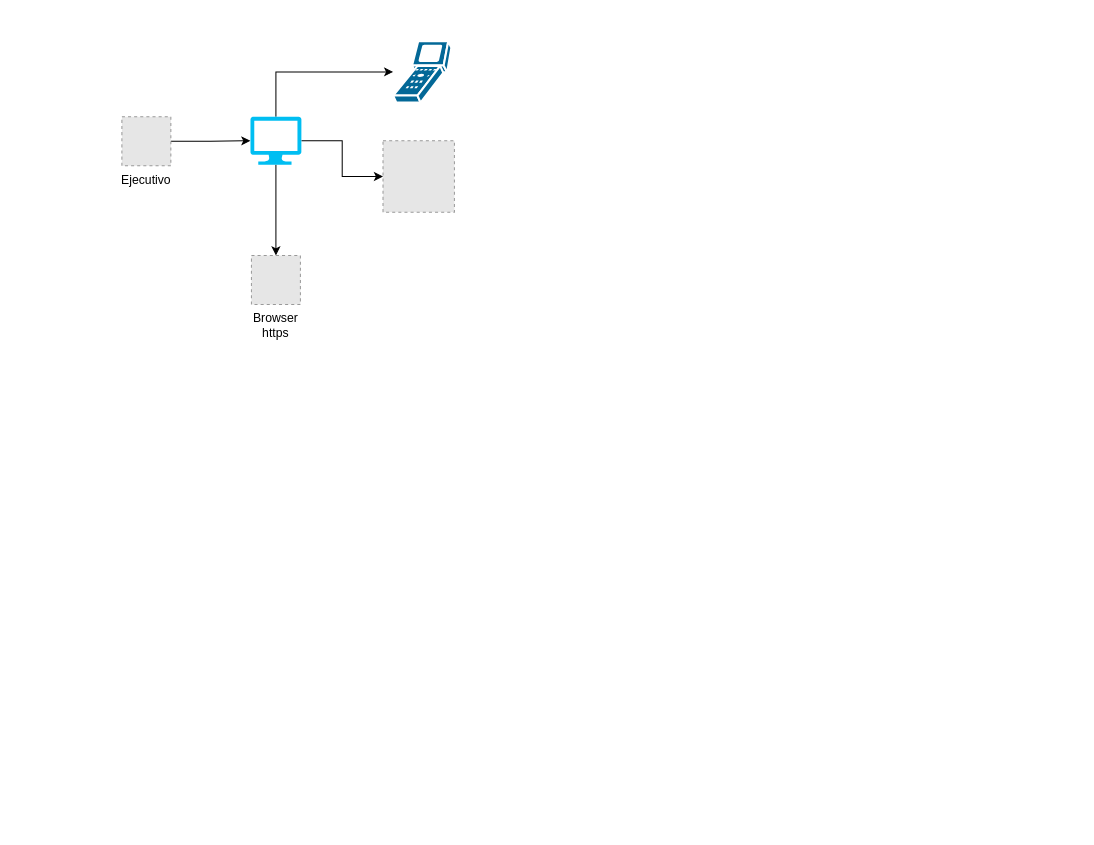
Earlier version of the draw.io diagram DiagramaArquitectura.drawio (Churre/Everyting). Source tidied: cells renumbered, new cells numbered last; positions are measured from the earlier drawing's top-left corner, leaving out a move shared by most shapes. Both pictures are drawn from the tidied source at 102%, with x=0, y=0 at pixel (121, 41). Pictures stored in the file or linked from it are replaced by grey dashed boxes.
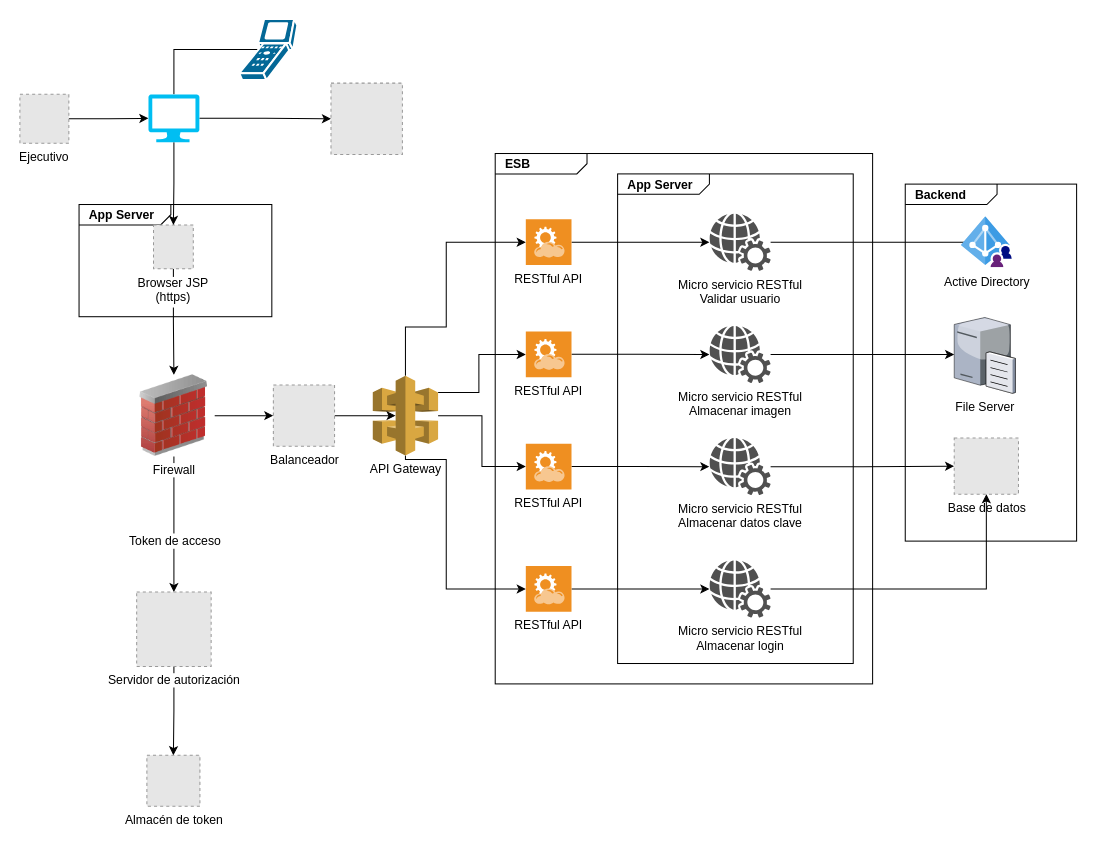
The same page after the edit.

The edit, as a diff of the source:
```diff
@@
+    <mxCell id="11" value="&lt;p style=&quot;margin: 0px ; margin-top: 4px ; margin-left: 10px ; text-align: left&quot;&gt;&lt;b&gt;ESB&lt;/b&gt;&lt;/p&gt;" style="html=1;strokeWidth=1;shape=mxgraph.sysml.package;html=1;overflow=fill;whiteSpace=wrap;" parent="1" vertex="1">
+      <mxGeometry x="366" y="110" width="370" height="520" as="geometry" />
+    </mxCell>
+    <mxCell id="12" value="&lt;p style=&quot;margin: 0px ; margin-top: 4px ; margin-left: 10px ; text-align: left&quot;&gt;&lt;b&gt;Backend&lt;/b&gt;&lt;/p&gt;" style="html=1;strokeWidth=1;shape=mxgraph.sysml.package;html=1;overflow=fill;whiteSpace=wrap;" parent="1" vertex="1">
+      <mxGeometry x="768" y="140" width="168" height="350" as="geometry" />
+    </mxCell>
+    <mxCell id="13" value="&lt;p style=&quot;margin: 0px ; margin-top: 4px ; margin-left: 10px ; text-align: left&quot;&gt;&lt;b&gt;App Server&lt;/b&gt;&lt;/p&gt;" style="html=1;strokeWidth=1;shape=mxgraph.sysml.package;html=1;overflow=fill;whiteSpace=wrap;" parent="1" vertex="1">
+      <mxGeometry x="486" y="130" width="231" height="480" as="geometry" />
+    </mxCell>
+    <mxCell id="14" value="&lt;p style=&quot;margin: 0px ; margin-top: 4px ; margin-left: 10px ; text-align: left&quot;&gt;&lt;b&gt;App Server&lt;/b&gt;&lt;/p&gt;" style="html=1;strokeWidth=1;shape=mxgraph.sysml.package;html=1;overflow=fill;whiteSpace=wrap;" parent="1" vertex="1">
+      <mxGeometry x="-42" y="160" width="189" height="110" as="geometry" />
+    </mxCell>
+    <mxCell id="15" style="edgeStyle=orthogonalEdgeStyle;rounded=0;jettySize=auto;html=1;entryX=0.5;entryY=0;entryDx=0;entryDy=0;" parent="1" edge="1" source="2" target="24">
+      <mxGeometry relative="1" as="geometry" />
+    </mxCell>
-    <mxCell id="2" value="Browser&#10;https" style="fillColor=#E6E6E6;strokeColor=#999999;dashed=1;verticalLabelPosition=bottom;verticalAlign=top;labelBackgroundColor=#ffffff;" parent="1" vertex="1">
-      <mxGeometry x="127" y="210" width="48" height="48" as="geometry" />
+    <mxCell id="2" value="Browser JSP&#10;(https)" style="fillColor=#E6E6E6;strokeColor=#999999;dashed=1;verticalLabelPosition=bottom;verticalAlign=top;labelBackgroundColor=#ffffff;" parent="1" vertex="1">
+      <mxGeometry x="31" y="180" width="39" height="43" as="geometry" />
     </mxCell>
@@
     <mxCell id="4" value="Ejecutivo" style="fillColor=#E6E6E6;strokeColor=#999999;dashed=1;verticalLabelPosition=bottom;verticalAlign=top;labelBackgroundColor=#ffffff;" parent="1" vertex="1">
-      <mxGeometry y="74" width="48" height="48" as="geometry" />
+      <mxGeometry x="-100" y="52" width="48" height="48" as="geometry" />
     </mxCell>
@@
     <mxCell id="6" style="edgeStyle=orthogonalEdgeStyle;rounded=0;jettySize=auto;html=1;" parent="1" edge="1" source="8">
       <mxGeometry relative="1" as="geometry">
-        <mxPoint x="266" y="30" as="targetPoint" />
+        <mxPoint x="166" y="8" as="targetPoint" />
         <Array as="points">
-          <mxPoint x="151" y="30" />
+          <mxPoint x="51" y="8" />
         </Array>
       </mxGeometry>
     </mxCell>
@@
     <mxCell id="8" style="verticalLabelPosition=bottom;html=1;verticalAlign=top;align=center;strokeColor=none;fillColor=#00BEF2;shape=mxgraph.azure.computer;" parent="1" vertex="1">
-      <mxGeometry x="126" y="74" width="50" height="47" as="geometry" />
+      <mxGeometry x="26" y="52" width="50" height="47" as="geometry" />
     </mxCell>
     <mxCell id="9" style="fillColor=#E6E6E6;strokeColor=#999999;dashed=1;html=1;verticalAlign=top;verticalLabelPosition=bottom;labelBackgroundColor=#ffffff;" parent="1" vertex="1">
-      <mxGeometry x="256" y="97.5" width="70" height="70" as="geometry" />
+      <mxGeometry x="205" y="41" width="70" height="70" as="geometry" />
     </mxCell>
     <mxCell id="10" style="shape=mxgraph.cisco.computers_and_peripherals.scanner;html=1;dashed=0;fillColor=#036897;strokeColor=#ffffff;strokeWidth=2;verticalLabelPosition=bottom;verticalAlign=top;" parent="1" vertex="1">
-      <mxGeometry x="266" width="57" height="60" as="geometry" />
+      <mxGeometry x="115" y="-22" width="57" height="60" as="geometry" />
     </mxCell>
+    <mxCell id="16" style="edgeStyle=orthogonalEdgeStyle;rounded=0;jettySize=auto;html=1;" parent="1" edge="1" source="20" target="34">
+      <mxGeometry relative="1" as="geometry" />
+    </mxCell>
+    <mxCell id="17" style="edgeStyle=orthogonalEdgeStyle;rounded=0;jettySize=auto;html=1;" parent="1" edge="1" source="20" target="46">
+      <mxGeometry relative="1" as="geometry">
+        <Array as="points">
+          <mxPoint x="278" y="280" />
+          <mxPoint x="318" y="280" />
+          <mxPoint x="318" y="197" />
+        </Array>
+      </mxGeometry>
+    </mxCell>
+    <mxCell id="18" style="edgeStyle=orthogonalEdgeStyle;rounded=0;jettySize=auto;html=1;exitX=1;exitY=0.21;exitDx=0;exitDy=0;exitPerimeter=0;" parent="1" edge="1" source="20" target="44">
+      <mxGeometry relative="1" as="geometry">
+        <Array as="points">
+          <mxPoint x="350" y="307" />
+        </Array>
+      </mxGeometry>
+    </mxCell>
+    <mxCell id="19" style="edgeStyle=orthogonalEdgeStyle;rounded=0;jettySize=auto;html=1;" parent="1" edge="1" source="20" target="48">
+      <mxGeometry relative="1" as="geometry">
+        <Array as="points">
+          <mxPoint x="278" y="410" />
+          <mxPoint x="318" y="410" />
+          <mxPoint x="318" y="537" />
+        </Array>
+      </mxGeometry>
+    </mxCell>
+    <mxCell id="20" value="API Gateway" style="outlineConnect=0;dashed=0;verticalLabelPosition=bottom;verticalAlign=top;align=center;html=1;shape=mxgraph.aws3.api_gateway;fillColor=#D9A741;gradientColor=none;" parent="1" vertex="1">
+      <mxGeometry x="246" y="328" width="64" height="78" as="geometry" />
+    </mxCell>
+    <mxCell id="21" style="edgeStyle=orthogonalEdgeStyle;rounded=0;jettySize=auto;html=1;entryX=0.5;entryY=0;entryDx=0;entryDy=0;" parent="1" edge="1" source="24" target="31">
+      <mxGeometry relative="1" as="geometry" />
+    </mxCell>
+    <mxCell id="22" value="Token de acceso" style="text;html=1;align=center;verticalAlign=middle;labelBackgroundColor=#ffffff;" parent="21" vertex="1">
+      <mxGeometry x="0.24" relative="1" as="geometry" />
+    </mxCell>
+    <mxCell id="23" style="edgeStyle=orthogonalEdgeStyle;rounded=0;jettySize=auto;html=1;entryX=0;entryY=0.5;entryDx=0;entryDy=0;" parent="1" edge="1" source="24" target="28">
+      <mxGeometry relative="1" as="geometry" />
+    </mxCell>
+    <mxCell id="24" value="Firewall" style="image;html=1;labelBackgroundColor=#ffffff;image=img/lib/clip_art/networking/Firewall_02_128x128.png;" parent="1" vertex="1">
+      <mxGeometry x="11" y="327" width="80" height="80" as="geometry" />
+    </mxCell>
+    <mxCell id="25" style="edgeStyle=orthogonalEdgeStyle;rounded=0;jettySize=auto;html=1;" parent="1" edge="1" source="26" target="29">
+      <mxGeometry relative="1" as="geometry" />
+    </mxCell>
+    <mxCell id="26" value="Micro servicio RESTful&lt;br&gt;Almacenar imagen" style="shadow=0;dashed=0;html=1;strokeColor=none;fillColor=#505050;labelPosition=center;verticalLabelPosition=bottom;verticalAlign=top;outlineConnect=0;align=center;shape=mxgraph.office.services.web_services;" parent="1" vertex="1">
+      <mxGeometry x="576" y="279" width="60" height="56" as="geometry" />
+    </mxCell>
+    <mxCell id="27" style="edgeStyle=orthogonalEdgeStyle;rounded=0;jettySize=auto;html=1;entryX=0.35;entryY=0.5;entryDx=0;entryDy=0;entryPerimeter=0;" parent="1" edge="1" source="28" target="20">
+      <mxGeometry relative="1" as="geometry" />
+    </mxCell>
+    <mxCell id="28" value="Balanceador" style="fillColor=#E6E6E6;strokeColor=#999999;dashed=1;html=1;verticalAlign=top;verticalLabelPosition=bottom;labelBackgroundColor=#ffffff;" parent="1" vertex="1">
+      <mxGeometry x="148.5" y="337" width="60" height="60" as="geometry" />
+    </mxCell>
+    <mxCell id="29" value="File Server" style="verticalLabelPosition=bottom;html=1;verticalAlign=top;strokeColor=none;align=center;outlineConnect=0;shape=mxgraph.citrix.file_server;" parent="1" vertex="1">
+      <mxGeometry x="816" y="269" width="60" height="76" as="geometry" />
+    </mxCell>
+    <mxCell id="30" style="edgeStyle=orthogonalEdgeStyle;rounded=0;jettySize=auto;html=1;entryX=0.5;entryY=0;entryDx=0;entryDy=0;" parent="1" edge="1" source="31" target="32">
+      <mxGeometry relative="1" as="geometry" />
+    </mxCell>
+    <mxCell id="31" value="Servidor de autorización" style="fillColor=#E6E6E6;strokeColor=#999999;dashed=1;html=1;verticalAlign=top;verticalLabelPosition=bottom;labelBackgroundColor=#ffffff;" parent="1" vertex="1">
+      <mxGeometry x="14.5" y="540" width="73" height="73" as="geometry" />
+    </mxCell>
+    <mxCell id="32" value="Almacén de token" style="fillColor=#E6E6E6;strokeColor=#999999;dashed=1;html=1;verticalAlign=top;verticalLabelPosition=bottom;labelBackgroundColor=#ffffff;" parent="1" vertex="1">
+      <mxGeometry x="24.5" y="700" width="52" height="50" as="geometry" />
+    </mxCell>
+    <mxCell id="33" style="edgeStyle=orthogonalEdgeStyle;rounded=0;jettySize=auto;html=1;" parent="1" edge="1" source="34" target="37">
+      <mxGeometry relative="1" as="geometry" />
+    </mxCell>
+    <mxCell id="34" value="RESTful API" style="shadow=0;dashed=0;html=1;strokeColor=none;fillColor=#EF8F21;labelPosition=center;verticalLabelPosition=bottom;verticalAlign=top;align=center;outlineConnect=0;shape=mxgraph.veeam.2d.restful_apis;" parent="1" vertex="1">
+      <mxGeometry x="396" y="394.5" width="44.8" height="44.8" as="geometry" />
+    </mxCell>
+    <mxCell id="35" value="Base de datos" style="fillColor=#E6E6E6;strokeColor=#999999;dashed=1;html=1;verticalAlign=top;verticalLabelPosition=bottom;labelBackgroundColor=#ffffff;" parent="1" vertex="1">
+      <mxGeometry x="816" y="389" width="63" height="55" as="geometry" />
+    </mxCell>
+    <mxCell id="36" style="edgeStyle=orthogonalEdgeStyle;rounded=0;jettySize=auto;html=1;entryX=0;entryY=0.5;entryDx=0;entryDy=0;" parent="1" edge="1" source="37" target="35">
+      <mxGeometry relative="1" as="geometry" />
+    </mxCell>
+    <mxCell id="37" value="Micro servicio RESTful&lt;br&gt;Almacenar datos clave" style="shadow=0;dashed=0;html=1;strokeColor=none;fillColor=#505050;labelPosition=center;verticalLabelPosition=bottom;verticalAlign=top;outlineConnect=0;align=center;shape=mxgraph.office.services.web_services;" parent="1" vertex="1">
+      <mxGeometry x="576" y="389" width="60" height="56" as="geometry" />
+    </mxCell>
+    <mxCell id="38" style="edgeStyle=orthogonalEdgeStyle;rounded=0;jettySize=auto;html=1;" parent="1" edge="1" source="39" target="40">
+      <mxGeometry relative="1" as="geometry" />
+    </mxCell>
+    <mxCell id="39" value="Micro servicio RESTful&lt;br&gt;Validar usuario" style="shadow=0;dashed=0;html=1;strokeColor=none;fillColor=#505050;labelPosition=center;verticalLabelPosition=bottom;verticalAlign=top;outlineConnect=0;align=center;shape=mxgraph.office.services.web_services;" parent="1" vertex="1">
+      <mxGeometry x="576" y="169" width="60" height="56" as="geometry" />
+    </mxCell>
+    <mxCell id="40" value="Active Directory" style="html=1;perimeter=none;align=center;shadow=0;dashed=0;image;fontSize=12;image=img/lib/mscae/ActiveDirectory.svg;" parent="1" vertex="1">
+      <mxGeometry x="823" y="172" width="50" height="50" as="geometry" />
+    </mxCell>
+    <mxCell id="41" style="edgeStyle=orthogonalEdgeStyle;rounded=0;jettySize=auto;html=1;" parent="1" edge="1" source="42" target="35">
+      <mxGeometry relative="1" as="geometry" />
+    </mxCell>
+    <mxCell id="42" value="Micro servicio RESTful&lt;br&gt;Almacenar login" style="shadow=0;dashed=0;html=1;strokeColor=none;fillColor=#505050;labelPosition=center;verticalLabelPosition=bottom;verticalAlign=top;outlineConnect=0;align=center;shape=mxgraph.office.services.web_services;" parent="1" vertex="1">
+      <mxGeometry x="576" y="509" width="60" height="56" as="geometry" />
+    </mxCell>
+    <mxCell id="43" style="edgeStyle=orthogonalEdgeStyle;rounded=0;jettySize=auto;html=1;" parent="1" edge="1" source="44" target="26">
+      <mxGeometry relative="1" as="geometry" />
+    </mxCell>
+    <mxCell id="44" value="RESTful API" style="shadow=0;dashed=0;html=1;strokeColor=none;fillColor=#EF8F21;labelPosition=center;verticalLabelPosition=bottom;verticalAlign=top;align=center;outlineConnect=0;shape=mxgraph.veeam.2d.restful_apis;" parent="1" vertex="1">
+      <mxGeometry x="396" y="284.5" width="44.8" height="44.8" as="geometry" />
+    </mxCell>
+    <mxCell id="45" style="edgeStyle=orthogonalEdgeStyle;rounded=0;jettySize=auto;html=1;" parent="1" edge="1" source="46" target="39">
+      <mxGeometry relative="1" as="geometry" />
+    </mxCell>
+    <mxCell id="46" value="RESTful API" style="shadow=0;dashed=0;html=1;strokeColor=none;fillColor=#EF8F21;labelPosition=center;verticalLabelPosition=bottom;verticalAlign=top;align=center;outlineConnect=0;shape=mxgraph.veeam.2d.restful_apis;" parent="1" vertex="1">
+      <mxGeometry x="396" y="174.5" width="44.8" height="44.8" as="geometry" />
+    </mxCell>
+    <mxCell id="47" style="edgeStyle=orthogonalEdgeStyle;rounded=0;jettySize=auto;html=1;" parent="1" edge="1" source="48" target="42">
+      <mxGeometry relative="1" as="geometry" />
+    </mxCell>
+    <mxCell id="48" value="RESTful API" style="shadow=0;dashed=0;html=1;strokeColor=none;fillColor=#EF8F21;labelPosition=center;verticalLabelPosition=bottom;verticalAlign=top;align=center;outlineConnect=0;shape=mxgraph.veeam.2d.restful_apis;" parent="1" vertex="1">
+      <mxGeometry x="396" y="514.5" width="44.8" height="44.8" as="geometry" />
+    </mxCell>
```
